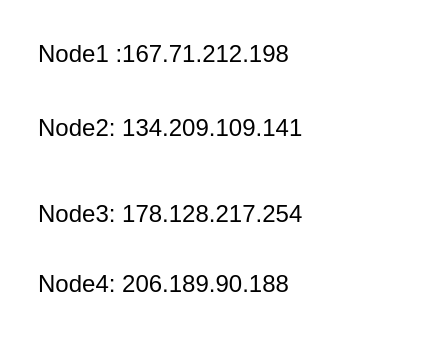
This is Sawtooth_multinodes.drawio from NTT-TNN/draw, a draw.io file, before an edit. Source tidied: cells renumbered, new cells numbered last; positions are measured from the earlier drawing's top-left corner, leaving out a move shared by most shapes. Both pictures are drawn from the tidied source at 200%, with x=0, y=0 at pixel (34, 34).
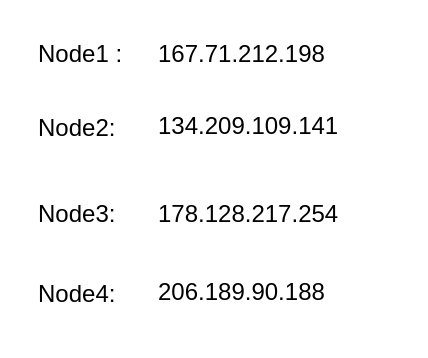
Above is the later version.

The edit, as a diff of the source:
```diff
@@
 <mxGraphModel>
   <root>
     <mxCell id="0" />
     <mxCell id="1" parent="0" />
-    <mxCell id="2" value="Node1 :167.71.212.198" style="text;html=1;align=left;verticalAlign=top;spacingTop=-4;" parent="1" vertex="1">
-      <mxGeometry width="140" height="20" as="geometry" />
+    <mxCell id="2" value="Node1 :" style="text;html=1;align=left;verticalAlign=top;spacingTop=-4;" parent="1" vertex="1">
+      <mxGeometry width="60" height="20" as="geometry" />
     </mxCell>
-    <mxCell id="3" value="Node2:&amp;nbsp;134.209.109.141" style="text;html=1;align=left;verticalAlign=top;spacingTop=-4;" parent="1" vertex="1">
-      <mxGeometry y="37" width="150" height="20" as="geometry" />
+    <mxCell id="3" value="Node2:&amp;nbsp;" style="text;html=1;align=left;verticalAlign=top;spacingTop=-4;" parent="1" vertex="1">
+      <mxGeometry y="37" width="60" height="20" as="geometry" />
     </mxCell>
-    <mxCell id="4" value="Node3:&amp;nbsp;178.128.217.254&lt;br&gt;" style="text;html=1;align=left;verticalAlign=top;spacingTop=-4;" parent="1" vertex="1">
-      <mxGeometry y="80" width="150" height="20" as="geometry" />
+    <mxCell id="4" value="Node3:&amp;nbsp;" style="text;html=1;align=left;verticalAlign=top;spacingTop=-4;" parent="1" vertex="1">
+      <mxGeometry y="80" width="60" height="20" as="geometry" />
     </mxCell>
-    <mxCell id="5" value="Node4:&amp;nbsp;206.189.90.188" style="text;html=1;align=left;verticalAlign=top;spacingTop=-4;" parent="1" vertex="1">
-      <mxGeometry y="115" width="140" height="20" as="geometry" />
+    <mxCell id="5" value="Node4:&amp;nbsp;" style="text;html=1;align=left;verticalAlign=top;spacingTop=-4;" parent="1" vertex="1">
+      <mxGeometry y="120" width="60" height="20" as="geometry" />
     </mxCell>
+    <mxCell id="6" value="134.209.109.141" style="text;html=1;" parent="1" vertex="1">
+      <mxGeometry x="60" y="32" width="120" height="30" as="geometry" />
+    </mxCell>
+    <mxCell id="7" value="167.71.212.198" style="text;html=1;align=left;verticalAlign=top;spacingTop=-4;" parent="1" vertex="1">
+      <mxGeometry x="60" width="100" height="20" as="geometry" />
+    </mxCell>
+    <mxCell id="8" value="178.128.217.254" style="text;html=1;align=left;verticalAlign=top;spacingTop=-4;" parent="1" vertex="1">
+      <mxGeometry x="60" y="80" width="110" height="20" as="geometry" />
+    </mxCell>
+    <mxCell id="9" value="206.189.90.188" style="text;html=1;" parent="1" vertex="1">
+      <mxGeometry x="60" y="115" width="110" height="30" as="geometry" />
+    </mxCell>
   </root>
 </mxGraphModel>
```
